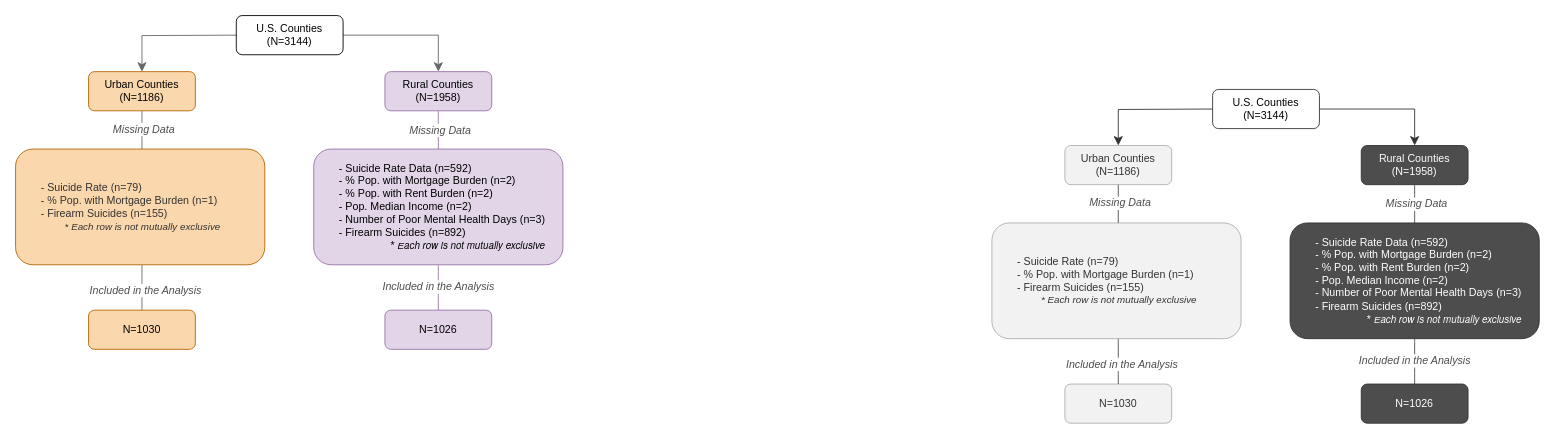
The draw.io diagram SuicideMissingDAta.drawio in dealchre/gradDrawio, before the edit. Source tidied: cells renumbered, new cells numbered last; positions are measured from the earlier drawing's top-left corner, leaving out a move shared by most shapes. Both pictures are drawn from the tidied source at 89%, with x=0, y=0 at pixel (15, 15).
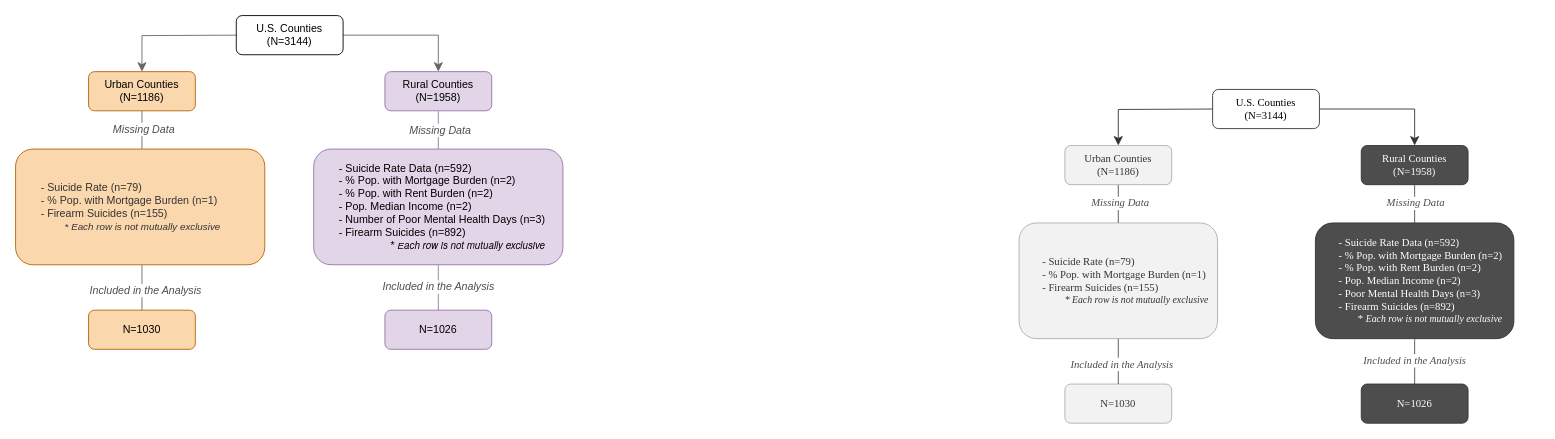
Above is the later version.

Change to the diagram source:
```diff
@@
-    <mxCell id="19" style="edgeStyle=orthogonalEdgeStyle;rounded=0;jettySize=auto;html=1;exitX=1;exitY=0.5;exitDx=0;exitDy=0;fontSize=12;startSize=8;endSize=8;flowAnimation=0;fontColor=#4D4D4D;strokeColor=#333333;" parent="1" edge="1" source="21" target="31">
+    <mxCell id="19" style="edgeStyle=orthogonalEdgeStyle;rounded=0;jettySize=auto;html=1;exitX=1;exitY=0.5;exitDx=0;exitDy=0;fontSize=12;startSize=8;endSize=8;flowAnimation=0;fontColor=#4D4D4D;strokeColor=#333333;fontFamily=Times New Roman;" parent="1" edge="1" source="21" target="31">
       <mxGeometry relative="1" as="geometry" />
     </mxCell>
-    <mxCell id="20" style="edgeStyle=orthogonalEdgeStyle;rounded=0;jettySize=auto;html=1;exitX=0;exitY=0.5;exitDx=0;exitDy=0;entryX=0.5;entryY=0;entryDx=0;entryDy=0;fontSize=12;startSize=8;endSize=8;fontColor=#4D4D4D;strokeColor=#333333;" parent="1" edge="1" target="24">
+    <mxCell id="20" style="edgeStyle=orthogonalEdgeStyle;rounded=0;jettySize=auto;html=1;exitX=0;exitY=0.5;exitDx=0;exitDy=0;entryX=0.5;entryY=0;entryDx=0;entryDy=0;fontSize=12;startSize=8;endSize=8;fontColor=#4D4D4D;strokeColor=#333333;fontFamily=Times New Roman;" parent="1" edge="1" target="24">
       <mxGeometry relative="1" as="geometry">
         <mxPoint x="1346" y="105" as="sourcePoint" />
       </mxGeometry>
     </mxCell>
-    <mxCell id="21" value="U.S. Counties&lt;div&gt;(N=3144)&lt;/div&gt;" style="rounded=1;whiteSpace=wrap;html=1;strokeColor=#333333;" parent="1" vertex="1">
+    <mxCell id="21" value="U.S. Counties&lt;div&gt;(N=3144)&lt;/div&gt;" style="rounded=1;whiteSpace=wrap;html=1;strokeColor=#333333;fontFamily=Times New Roman;" parent="1" vertex="1">
       <mxGeometry x="1345" y="83" width="120" height="44" as="geometry" />
     </mxCell>
-    <mxCell id="22" style="edgeStyle=none;curved=1;rounded=0;jettySize=auto;html=1;exitX=0.5;exitY=1;exitDx=0;exitDy=0;entryX=0.5;entryY=0;entryDx=0;entryDy=0;fontSize=12;startSize=8;endSize=8;endArrow=none;endFill=0;fontColor=#4D4D4D;strokeColor=#4D4D4D;" parent="1" edge="1" source="24">
+    <mxCell id="22" style="edgeStyle=none;curved=1;rounded=0;jettySize=auto;html=1;exitX=0.5;exitY=1;exitDx=0;exitDy=0;entryX=0.5;entryY=0;entryDx=0;entryDy=0;fontSize=12;startSize=8;endSize=8;endArrow=none;endFill=0;fontColor=#4D4D4D;strokeColor=#4D4D4D;fontFamily=Times New Roman;" parent="1" edge="1" source="24">
       <mxGeometry relative="1" as="geometry">
         <mxPoint x="1239" y="233" as="targetPoint" />
       </mxGeometry>
     </mxCell>
-    <mxCell id="23" value="&lt;i&gt;&amp;nbsp;Missing Data&amp;nbsp;&lt;/i&gt;" style="edgeLabel;html=1;align=center;verticalAlign=middle;fontSize=12;fontColor=#4D4D4D;" parent="22" vertex="1">
+    <mxCell id="23" value="&lt;i&gt;&amp;nbsp;Missing Data&amp;nbsp;&lt;/i&gt;" style="edgeLabel;html=1;align=center;verticalAlign=middle;fontSize=12;fontColor=#4D4D4D;fontFamily=Times New Roman;" parent="22" vertex="1">
       <mxGeometry x="-0.05" y="1" relative="1" as="geometry" />
     </mxCell>
-    <mxCell id="24" value="Urban Counties&lt;div&gt;(N=1186)&lt;/div&gt;" style="rounded=1;whiteSpace=wrap;html=1;fillColor=#E6E6E6;strokeColor=#666666;fontColor=#333333;opacity=50;opacityGroup=1;" parent="1" vertex="1">
+    <mxCell id="24" value="Urban Counties&lt;div&gt;(N=1186)&lt;/div&gt;" style="rounded=1;whiteSpace=wrap;html=1;fillColor=#E6E6E6;strokeColor=#666666;fontColor=#333333;opacity=50;opacityGroup=1;fontFamily=Times New Roman;" parent="1" vertex="1">
       <mxGeometry x="1179" y="146" width="120" height="44" as="geometry" />
     </mxCell>
-    <mxCell id="25" style="edgeStyle=none;curved=1;rounded=0;jettySize=auto;html=1;exitX=0.5;exitY=1;exitDx=0;exitDy=0;entryX=0.5;entryY=0;entryDx=0;entryDy=0;fontSize=12;startSize=8;endSize=8;endArrow=none;endFill=0;fontColor=#4D4D4D;strokeColor=#4D4D4D;" parent="1" edge="1" target="28">
+    <mxCell id="25" style="edgeStyle=none;curved=1;rounded=0;jettySize=auto;html=1;exitX=0.5;exitY=1;exitDx=0;exitDy=0;entryX=0.5;entryY=0;entryDx=0;entryDy=0;fontSize=12;startSize=8;endSize=8;endArrow=none;endFill=0;fontColor=#4D4D4D;strokeColor=#4D4D4D;fontFamily=Times New Roman;" parent="1" edge="1" target="28">
       <mxGeometry relative="1" as="geometry">
         <mxPoint x="1239" y="363" as="sourcePoint" />
       </mxGeometry>
     </mxCell>
-    <mxCell id="26" value="&lt;i&gt;&amp;nbsp;Included in the Analysis&amp;nbsp;&lt;/i&gt;" style="edgeLabel;html=1;align=center;verticalAlign=middle;fontSize=12;fontColor=#4D4D4D;" parent="25" vertex="1">
+    <mxCell id="26" value="&lt;i&gt;&amp;nbsp;Included in the Analysis&amp;nbsp;&lt;/i&gt;" style="edgeLabel;html=1;align=center;verticalAlign=middle;fontSize=12;fontColor=#4D4D4D;fontFamily=Times New Roman;" parent="25" vertex="1">
       <mxGeometry x="0.04" y="3" relative="1" as="geometry">
         <mxPoint y="1" as="offset" />
       </mxGeometry>
     </mxCell>
-    <mxCell id="27" value="&lt;font style=&quot;color: rgb(51, 51, 51);&quot;&gt;&lt;span style=&quot;white-space: pre;&quot;&gt;&#9;&lt;/span&gt;- Suicide Rate (n=79)&lt;/font&gt;&lt;div&gt;&lt;font style=&quot;color: rgb(51, 51, 51);&quot;&gt;&lt;span style=&quot;white-space: pre;&quot;&gt;&#9;&lt;/span&gt;- % Pop. with Mortgage Burden (n=1)&lt;/font&gt;&lt;span style=&quot;color: light-dark(rgb(51, 51, 51), rgb(193, 193, 193)); background-color: transparent;&quot;&gt;&amp;nbsp;&lt;/span&gt;&lt;/div&gt;&lt;div&gt;&lt;font style=&quot;color: rgb(51, 51, 51);&quot;&gt;&lt;span style=&quot;white-space: pre;&quot;&gt;&#9;&lt;/span&gt;- Firearm Suicides (n=155)&lt;/font&gt;&lt;/div&gt;&lt;div style=&quot;text-align: right;&quot;&gt;&lt;font style=&quot;color: rgb(51, 51, 51);&quot;&gt;&lt;i style=&quot;background-color: transparent;&quot;&gt;&lt;font style=&quot;font-size: 11px;&quot;&gt;*&amp;nbsp;Each row is not mutually exclusive&lt;/font&gt;&lt;/i&gt;&lt;br&gt;&lt;/font&gt;&lt;/div&gt;" style="rounded=1;whiteSpace=wrap;html=1;align=left;fillColor=#E6E6E6;strokeColor=#666666;fontColor=#333333;opacity=50;opacityGroup=1;" parent="1" vertex="1">
-      <mxGeometry x="1097" y="233" width="280" height="130" as="geometry" />
+    <mxCell id="27" value="&lt;font style=&quot;color: rgb(51, 51, 51);&quot;&gt;&lt;span style=&quot;white-space: pre;&quot;&gt;&#9;&lt;/span&gt;- Suicide Rate (n=79)&lt;/font&gt;&lt;div&gt;&lt;font style=&quot;color: rgb(51, 51, 51);&quot;&gt;&lt;span style=&quot;white-space: pre;&quot;&gt;&#9;&lt;/span&gt;- % Pop. with Mortgage Burden (n=1)&lt;/font&gt;&lt;span style=&quot;color: light-dark(rgb(51, 51, 51), rgb(193, 193, 193)); background-color: transparent;&quot;&gt;&amp;nbsp;&lt;/span&gt;&lt;/div&gt;&lt;div&gt;&lt;font style=&quot;color: rgb(51, 51, 51);&quot;&gt;&lt;span style=&quot;white-space: pre;&quot;&gt;&#9;&lt;/span&gt;- Firearm Suicides (n=155)&lt;/font&gt;&lt;/div&gt;&lt;div style=&quot;text-align: right;&quot;&gt;&lt;font style=&quot;color: rgb(51, 51, 51);&quot;&gt;&lt;i style=&quot;background-color: transparent;&quot;&gt;&lt;font style=&quot;font-size: 11px;&quot;&gt;*&amp;nbsp;Each row is not mutually exclusive&lt;/font&gt;&lt;/i&gt;&lt;br&gt;&lt;/font&gt;&lt;/div&gt;" style="rounded=1;whiteSpace=wrap;html=1;align=left;fillColor=#E6E6E6;strokeColor=#666666;fontColor=#333333;opacity=50;opacityGroup=1;fontFamily=Times New Roman;" parent="1" vertex="1">
+      <mxGeometry x="1127.5" y="233" width="223" height="130" as="geometry" />
     </mxCell>
-    <mxCell id="28" value="&lt;div&gt;N=1030&lt;/div&gt;" style="rounded=1;whiteSpace=wrap;html=1;fillColor=#E6E6E6;strokeColor=#666666;fontColor=#333333;opacity=50;opacityGroup=1;" parent="1" vertex="1">
+    <mxCell id="28" value="&lt;div&gt;N=1030&lt;/div&gt;" style="rounded=1;whiteSpace=wrap;html=1;fillColor=#E6E6E6;strokeColor=#666666;fontColor=#333333;opacity=50;opacityGroup=1;fontFamily=Times New Roman;" parent="1" vertex="1">
       <mxGeometry x="1179" y="414" width="120" height="44" as="geometry" />
     </mxCell>
-    <mxCell id="29" style="edgeStyle=none;curved=1;rounded=0;jettySize=auto;html=1;exitX=0.5;exitY=1;exitDx=0;exitDy=0;entryX=0.5;entryY=0;entryDx=0;entryDy=0;fontSize=12;startSize=8;endSize=8;endArrow=none;endFill=0;fontColor=#4D4D4D;strokeColor=#4D4D4D;fillColor=#e1d5e7;" parent="1" edge="1" source="31" target="34">
+    <mxCell id="29" style="edgeStyle=none;curved=1;rounded=0;jettySize=auto;html=1;exitX=0.5;exitY=1;exitDx=0;exitDy=0;entryX=0.5;entryY=0;entryDx=0;entryDy=0;fontSize=12;startSize=8;endSize=8;endArrow=none;endFill=0;fontColor=#4D4D4D;strokeColor=#4D4D4D;fillColor=#e1d5e7;fontFamily=Times New Roman;" parent="1" edge="1" source="31" target="34">
       <mxGeometry relative="1" as="geometry" />
     </mxCell>
-    <mxCell id="30" value="&lt;i&gt;&amp;nbsp;Missing Data&amp;nbsp;&lt;/i&gt;" style="edgeLabel;html=1;align=center;verticalAlign=middle;fontSize=12;fontColor=#4D4D4D;" parent="29" vertex="1">
-      <mxGeometry x="-0.02" y="1" relative="1" as="geometry" />
+    <mxCell id="30" value="&lt;i&gt;&amp;nbsp;Missing Data&amp;nbsp;&lt;/i&gt;" style="edgeLabel;html=1;align=center;verticalAlign=middle;fontSize=12;fontColor=#4D4D4D;fontFamily=Times New Roman;" parent="29" vertex="1">
+      <mxGeometry x="-0.02" y="1" relative="1" as="geometry">
+        <mxPoint x="-1" y="-1" as="offset" />
+      </mxGeometry>
     </mxCell>
-    <mxCell id="31" value="Rural Counties&lt;div&gt;(N=1958)&lt;/div&gt;" style="rounded=1;whiteSpace=wrap;html=1;fillColor=#4D4D4D;strokeColor=#333333;fontColor=#ffffff;" parent="1" vertex="1">
+    <mxCell id="31" value="Rural Counties&lt;div&gt;(N=1958)&lt;/div&gt;" style="rounded=1;whiteSpace=wrap;html=1;fillColor=#4D4D4D;strokeColor=#333333;fontColor=#ffffff;fontFamily=Times New Roman;" parent="1" vertex="1">
       <mxGeometry x="1512" y="146" width="120" height="44" as="geometry" />
     </mxCell>
-    <mxCell id="32" style="edgeStyle=none;curved=1;rounded=0;jettySize=auto;html=1;exitX=0.5;exitY=1;exitDx=0;exitDy=0;entryX=0.5;entryY=0;entryDx=0;entryDy=0;fontSize=12;startSize=8;endSize=8;endArrow=none;endFill=0;fontColor=#4D4D4D;strokeColor=#4D4D4D;fillColor=#e1d5e7;" parent="1" edge="1" source="34" target="35">
+    <mxCell id="32" style="edgeStyle=none;curved=1;rounded=0;jettySize=auto;html=1;exitX=0.5;exitY=1;exitDx=0;exitDy=0;entryX=0.5;entryY=0;entryDx=0;entryDy=0;fontSize=12;startSize=8;endSize=8;endArrow=none;endFill=0;fontColor=#4D4D4D;strokeColor=#4D4D4D;fillColor=#e1d5e7;fontFamily=Times New Roman;" parent="1" edge="1" source="34" target="35">
       <mxGeometry relative="1" as="geometry" />
     </mxCell>
-    <mxCell id="33" value="&lt;i&gt;&amp;nbsp;Included in the Analysis&amp;nbsp;&lt;/i&gt;" style="edgeLabel;html=1;align=center;verticalAlign=middle;fontSize=12;fontColor=#4D4D4D;" parent="32" vertex="1">
+    <mxCell id="33" value="&lt;i&gt;&amp;nbsp;Included in the Analysis&amp;nbsp;&lt;/i&gt;" style="edgeLabel;html=1;align=center;verticalAlign=middle;fontSize=12;fontColor=#4D4D4D;fontFamily=Times New Roman;" parent="32" vertex="1">
       <mxGeometry x="-0.07" y="-1" relative="1" as="geometry" />
     </mxCell>
-    <mxCell id="34" value="&lt;span style=&quot;white-space: pre;&quot;&gt;&#9;&lt;/span&gt;- Suicide Rate Data (n=592)&lt;div&gt;&lt;span style=&quot;white-space: pre;&quot;&gt;&#9;&lt;/span&gt;- % Pop. with Mortgage Burden (n=2)&lt;/div&gt;&lt;div&gt;&lt;span style=&quot;white-space: pre;&quot;&gt;&#9;&lt;/span&gt;- % Pop. with Rent Burden (n=2)&lt;/div&gt;&lt;div&gt;&lt;span style=&quot;white-space: pre;&quot;&gt;&#9;&lt;/span&gt;- Pop. Median Income (n=2)&lt;span style=&quot;background-color: transparent; color: light-dark(rgb(0, 0, 0), rgb(255, 255, 255));&quot;&gt;&amp;nbsp;&lt;/span&gt;&lt;/div&gt;&lt;div&gt;&lt;span style=&quot;white-space: pre;&quot;&gt;&#9;&lt;/span&gt;- Number of Poor Mental Health Days (n=3)&lt;/div&gt;&lt;div&gt;&lt;span style=&quot;white-space: pre;&quot;&gt;&#9;&lt;/span&gt;- Firearm Suicides (n=892)&lt;/div&gt;&lt;div style=&quot;text-align: right;&quot;&gt;*&lt;i&gt; &lt;font style=&quot;font-size: 11px;&quot;&gt;E&lt;/font&gt;&lt;span style=&quot;font-family: &amp;quot;Helvetica Neue&amp;quot;; background-color: transparent;&quot;&gt;&lt;font style=&quot;font-size: 11px;&quot;&gt;ach row is not mutually exclusive&lt;/font&gt;&lt;/span&gt;&lt;/i&gt;&lt;/div&gt;" style="rounded=1;whiteSpace=wrap;html=1;align=left;fillColor=#4D4D4D;strokeColor=#333333;fontColor=#ffffff;" parent="1" vertex="1">
-      <mxGeometry x="1432" y="233" width="280" height="130" as="geometry" />
+    <mxCell id="34" value="&lt;span style=&quot;white-space: pre;&quot;&gt;&#9;&lt;/span&gt;- Suicide Rate Data (n=592)&lt;div&gt;&lt;span style=&quot;white-space: pre;&quot;&gt;&#9;&lt;/span&gt;- % Pop. with Mortgage Burden (n=2)&lt;/div&gt;&lt;div&gt;&lt;span style=&quot;white-space: pre;&quot;&gt;&#9;&lt;/span&gt;- % Pop. with Rent Burden (n=2)&lt;/div&gt;&lt;div&gt;&lt;span style=&quot;white-space: pre;&quot;&gt;&#9;&lt;/span&gt;- Pop. Median Income (n=2)&lt;span style=&quot;background-color: transparent; color: light-dark(rgb(0, 0, 0), rgb(255, 255, 255));&quot;&gt;&amp;nbsp;&lt;/span&gt;&lt;/div&gt;&lt;div&gt;&lt;span style=&quot;white-space: pre;&quot;&gt;&#9;&lt;/span&gt;- Poor Mental Health Days (n=3)&lt;/div&gt;&lt;div&gt;&lt;span style=&quot;white-space: pre;&quot;&gt;&#9;&lt;/span&gt;- Firearm Suicides (n=892)&lt;/div&gt;&lt;div style=&quot;text-align: right;&quot;&gt;*&lt;i&gt; &lt;font style=&quot;font-size: 11px;&quot;&gt;E&lt;/font&gt;&lt;span style=&quot;background-color: transparent;&quot;&gt;&lt;font style=&quot;font-size: 11px;&quot;&gt;ach row is not mutually exclusive&lt;/font&gt;&lt;/span&gt;&lt;/i&gt;&lt;/div&gt;" style="rounded=1;whiteSpace=wrap;html=1;align=left;fillColor=#4D4D4D;strokeColor=#333333;fontColor=#ffffff;fontFamily=Times New Roman;" parent="1" vertex="1">
+      <mxGeometry x="1460.5" y="233" width="223" height="130" as="geometry" />
     </mxCell>
-    <mxCell id="35" value="&lt;div&gt;N=1026&lt;/div&gt;" style="rounded=1;whiteSpace=wrap;html=1;fillColor=#4D4D4D;strokeColor=#333333;fontColor=#ffffff;" parent="1" vertex="1">
+    <mxCell id="35" value="&lt;div&gt;N=1026&lt;/div&gt;" style="rounded=1;whiteSpace=wrap;html=1;fillColor=#4D4D4D;strokeColor=#333333;fontColor=#ffffff;fontFamily=Times New Roman;" parent="1" vertex="1">
       <mxGeometry x="1512" y="414" width="120" height="44" as="geometry" />
     </mxCell>
```
